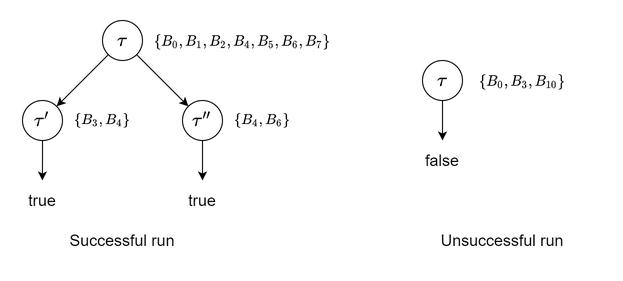
Before: 知识表示/Homework/Assignment 3/images/as3-3.png, a diagram exported from draw.io (OrangeX4/NJUAI-Notes). Source tidied: cells renumbered, new cells last; positions are measured from the earlier drawing's top-left corner, leaving out a move shared by most shapes. Its diagram source:
```xml
<mxGraphModel math="1">
  <root>
    <mxCell id="0" />
    <mxCell id="1" parent="0" />
    <mxCell id="2" style="rounded=0;jettySize=auto;html=1;exitX=0;exitY=1;exitDx=0;exitDy=0;entryX=1;entryY=0;entryDx=0;entryDy=0;fontSize=16;" parent="1" edge="1" source="4" target="6">
      <mxGeometry relative="1" as="geometry" />
    </mxCell>
    <mxCell id="3" style="edgeStyle=none;rounded=0;jettySize=auto;html=1;exitX=1;exitY=1;exitDx=0;exitDy=0;entryX=0;entryY=0;entryDx=0;entryDy=0;fontSize=16;" parent="1" edge="1" source="4" target="8">
      <mxGeometry relative="1" as="geometry" />
    </mxCell>
    <mxCell id="4" value="&lt;font style=&quot;font-size: 16px;&quot;&gt;`\tau`&lt;/font&gt;" style="ellipse;whiteSpace=wrap;html=1;" parent="1" vertex="1">
      <mxGeometry x="80" width="40" height="40" as="geometry" />
    </mxCell>
    <mxCell id="5" style="edgeStyle=orthogonalEdgeStyle;rounded=0;jettySize=auto;html=1;exitX=0.5;exitY=1;exitDx=0;exitDy=0;fontSize=16;" parent="1" edge="1" source="6">
      <mxGeometry relative="1" as="geometry">
        <mxPoint x="19.9" y="160" as="targetPoint" />
      </mxGeometry>
    </mxCell>
    <mxCell id="6" value="&lt;font style=&quot;font-size: 16px;&quot;&gt;\(\tau'\)&lt;/font&gt;" style="ellipse;whiteSpace=wrap;html=1;" parent="1" vertex="1">
      <mxGeometry y="80" width="40" height="40" as="geometry" />
    </mxCell>
    <mxCell id="7" style="edgeStyle=orthogonalEdgeStyle;rounded=0;jettySize=auto;html=1;exitX=0.5;exitY=1;exitDx=0;exitDy=0;entryX=0.5;entryY=0;entryDx=0;entryDy=0;fontSize=16;" parent="1" edge="1" source="8" target="10">
      <mxGeometry relative="1" as="geometry" />
    </mxCell>
    <mxCell id="8" value="&lt;font style=&quot;font-size: 16px;&quot;&gt;\(\tau''\)&lt;/font&gt;" style="ellipse;whiteSpace=wrap;html=1;" parent="1" vertex="1">
      <mxGeometry x="160" y="80" width="40" height="40" as="geometry" />
    </mxCell>
    <mxCell id="9" value="true" style="text;html=1;strokeColor=none;fillColor=none;align=center;verticalAlign=middle;whiteSpace=wrap;rounded=0;fontSize=16;" parent="1" vertex="1">
      <mxGeometry y="160" width="40" height="40" as="geometry" />
    </mxCell>
    <mxCell id="10" value="true" style="text;html=1;strokeColor=none;fillColor=none;align=center;verticalAlign=middle;whiteSpace=wrap;rounded=0;fontSize=16;" parent="1" vertex="1">
      <mxGeometry x="160" y="160" width="40" height="40" as="geometry" />
    </mxCell>
    <mxCell id="11" value="Successful run" style="text;html=1;strokeColor=none;fillColor=none;align=center;verticalAlign=middle;whiteSpace=wrap;rounded=0;fontSize=16;" parent="1" vertex="1">
      <mxGeometry y="200" width="200" height="40" as="geometry" />
    </mxCell>
    <mxCell id="12" value="&lt;font style=&quot;font-size: 12px;&quot;&gt;\(\{ B_0, B_1, B_2, B_4, B_5, B_6, B_7 \}\)&lt;/font&gt;" style="text;html=1;strokeColor=none;fillColor=none;align=center;verticalAlign=middle;whiteSpace=wrap;rounded=0;fontSize=16;" parent="1" vertex="1">
      <mxGeometry x="120" y="5" width="200" height="30" as="geometry" />
    </mxCell>
    <mxCell id="13" value="\(\{B_3, B_4\}\)" style="text;html=1;strokeColor=none;fillColor=none;align=center;verticalAlign=middle;whiteSpace=wrap;rounded=0;fontSize=12;" parent="1" vertex="1">
      <mxGeometry x="40" y="85" width="80" height="30" as="geometry" />
    </mxCell>
    <mxCell id="14" value="\(\{ B_4, B_6 \}\)" style="text;html=1;strokeColor=none;fillColor=none;align=center;verticalAlign=middle;whiteSpace=wrap;rounded=0;fontSize=12;" parent="1" vertex="1">
      <mxGeometry x="200" y="85" width="80" height="30" as="geometry" />
    </mxCell>
    <mxCell id="15" value="&lt;font style=&quot;font-size: 16px;&quot;&gt;`\tau`&lt;/font&gt;" style="ellipse;whiteSpace=wrap;html=1;" parent="1" vertex="1">
      <mxGeometry x="400" y="40" width="40" height="40" as="geometry" />
    </mxCell>
    <mxCell id="16" value="&lt;font style=&quot;font-size: 12px;&quot;&gt;\(\{ B_0, B_3, B_{10} \}\)&lt;/font&gt;" style="text;html=1;strokeColor=none;fillColor=none;align=center;verticalAlign=middle;whiteSpace=wrap;rounded=0;fontSize=16;" parent="1" vertex="1">
      <mxGeometry x="440" y="45" width="120" height="30" as="geometry" />
    </mxCell>
    <mxCell id="17" value="Unsuccessful run" style="text;html=1;strokeColor=none;fillColor=none;align=center;verticalAlign=middle;whiteSpace=wrap;rounded=0;fontSize=16;" parent="1" vertex="1">
      <mxGeometry x="380" y="200" width="200" height="40" as="geometry" />
    </mxCell>
    <mxCell id="18" style="edgeStyle=orthogonalEdgeStyle;rounded=0;jettySize=auto;html=1;exitX=0.5;exitY=1;exitDx=0;exitDy=0;entryX=0.5;entryY=0;entryDx=0;entryDy=0;fontSize=16;" parent="1" edge="1" target="19">
      <mxGeometry relative="1" as="geometry">
        <mxPoint x="420" y="80" as="sourcePoint" />
      </mxGeometry>
    </mxCell>
    <mxCell id="19" value="false" style="text;html=1;strokeColor=none;fillColor=none;align=center;verticalAlign=middle;whiteSpace=wrap;rounded=0;fontSize=16;" parent="1" vertex="1">
      <mxGeometry x="400" y="120" width="40" height="40" as="geometry" />
    </mxCell>
  </root>
</mxGraphModel>
```
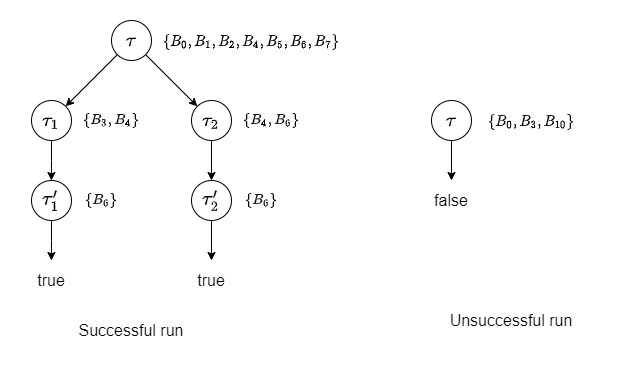
After the commit.

Diff of the diagram source:
```diff
@@ -16,23 +16,19 @@
         <mxPoint x="19.9" y="160" as="targetPoint" />
       </mxGeometry>
     </mxCell>
-    <mxCell id="6" value="&lt;font style=&quot;font-size: 16px;&quot;&gt;\(\tau'\)&lt;/font&gt;" style="ellipse;whiteSpace=wrap;html=1;" parent="1" vertex="1">
+    <mxCell id="6" value="&lt;font style=&quot;font-size: 16px;&quot;&gt;\(\tau_1\)&lt;/font&gt;" style="ellipse;whiteSpace=wrap;html=1;" parent="1" vertex="1">
       <mxGeometry y="80" width="40" height="40" as="geometry" />
     </mxCell>
-    <mxCell id="7" style="edgeStyle=orthogonalEdgeStyle;rounded=0;jettySize=auto;html=1;exitX=0.5;exitY=1;exitDx=0;exitDy=0;entryX=0.5;entryY=0;entryDx=0;entryDy=0;fontSize=16;" parent="1" edge="1" source="8" target="10">
-      <mxGeometry relative="1" as="geometry" />
+    <mxCell id="7" style="edgeStyle=orthogonalEdgeStyle;rounded=0;jettySize=auto;html=1;exitX=0.5;exitY=1;exitDx=0;exitDy=0;entryX=0.5;entryY=0;entryDx=0;entryDy=0;fontSize=16;" parent="1" edge="1" source="8">
+      <mxGeometry relative="1" as="geometry">
+        <mxPoint x="180" y="160" as="targetPoint" />
+      </mxGeometry>
     </mxCell>
-    <mxCell id="8" value="&lt;font style=&quot;font-size: 16px;&quot;&gt;\(\tau''\)&lt;/font&gt;" style="ellipse;whiteSpace=wrap;html=1;" parent="1" vertex="1">
+    <mxCell id="8" value="&lt;font style=&quot;font-size: 16px;&quot;&gt;\(\tau_2\)&lt;/font&gt;" style="ellipse;whiteSpace=wrap;html=1;" parent="1" vertex="1">
       <mxGeometry x="160" y="80" width="40" height="40" as="geometry" />
     </mxCell>
-    <mxCell id="9" value="true" style="text;html=1;strokeColor=none;fillColor=none;align=center;verticalAlign=middle;whiteSpace=wrap;rounded=0;fontSize=16;" parent="1" vertex="1">
-      <mxGeometry y="160" width="40" height="40" as="geometry" />
-    </mxCell>
-    <mxCell id="10" value="true" style="text;html=1;strokeColor=none;fillColor=none;align=center;verticalAlign=middle;whiteSpace=wrap;rounded=0;fontSize=16;" parent="1" vertex="1">
-      <mxGeometry x="160" y="160" width="40" height="40" as="geometry" />
-    </mxCell>
     <mxCell id="11" value="Successful run" style="text;html=1;strokeColor=none;fillColor=none;align=center;verticalAlign=middle;whiteSpace=wrap;rounded=0;fontSize=16;" parent="1" vertex="1">
-      <mxGeometry y="200" width="200" height="40" as="geometry" />
+      <mxGeometry y="290" width="200" height="40" as="geometry" />
     </mxCell>
     <mxCell id="12" value="&lt;font style=&quot;font-size: 12px;&quot;&gt;\(\{ B_0, B_1, B_2, B_4, B_5, B_6, B_7 \}\)&lt;/font&gt;" style="text;html=1;strokeColor=none;fillColor=none;align=center;verticalAlign=middle;whiteSpace=wrap;rounded=0;fontSize=16;" parent="1" vertex="1">
       <mxGeometry x="120" y="5" width="200" height="30" as="geometry" />
@@ -44,21 +40,49 @@
       <mxGeometry x="200" y="85" width="80" height="30" as="geometry" />
     </mxCell>
     <mxCell id="15" value="&lt;font style=&quot;font-size: 16px;&quot;&gt;`\tau`&lt;/font&gt;" style="ellipse;whiteSpace=wrap;html=1;" parent="1" vertex="1">
-      <mxGeometry x="400" y="40" width="40" height="40" as="geometry" />
+      <mxGeometry x="400" y="80" width="40" height="40" as="geometry" />
     </mxCell>
     <mxCell id="16" value="&lt;font style=&quot;font-size: 12px;&quot;&gt;\(\{ B_0, B_3, B_{10} \}\)&lt;/font&gt;" style="text;html=1;strokeColor=none;fillColor=none;align=center;verticalAlign=middle;whiteSpace=wrap;rounded=0;fontSize=16;" parent="1" vertex="1">
-      <mxGeometry x="440" y="45" width="120" height="30" as="geometry" />
+      <mxGeometry x="440" y="85" width="120" height="30" as="geometry" />
     </mxCell>
     <mxCell id="17" value="Unsuccessful run" style="text;html=1;strokeColor=none;fillColor=none;align=center;verticalAlign=middle;whiteSpace=wrap;rounded=0;fontSize=16;" parent="1" vertex="1">
-      <mxGeometry x="380" y="200" width="200" height="40" as="geometry" />
+      <mxGeometry x="380" y="280" width="200" height="40" as="geometry" />
     </mxCell>
     <mxCell id="18" style="edgeStyle=orthogonalEdgeStyle;rounded=0;jettySize=auto;html=1;exitX=0.5;exitY=1;exitDx=0;exitDy=0;entryX=0.5;entryY=0;entryDx=0;entryDy=0;fontSize=16;" parent="1" edge="1" target="19">
       <mxGeometry relative="1" as="geometry">
-        <mxPoint x="420" y="80" as="sourcePoint" />
+        <mxPoint x="420" y="120" as="sourcePoint" />
       </mxGeometry>
     </mxCell>
     <mxCell id="19" value="false" style="text;html=1;strokeColor=none;fillColor=none;align=center;verticalAlign=middle;whiteSpace=wrap;rounded=0;fontSize=16;" parent="1" vertex="1">
-      <mxGeometry x="400" y="120" width="40" height="40" as="geometry" />
+      <mxGeometry x="400" y="160" width="40" height="40" as="geometry" />
     </mxCell>
+    <mxCell id="20" style="edgeStyle=orthogonalEdgeStyle;rounded=0;jettySize=auto;html=1;exitX=0.5;exitY=1;exitDx=0;exitDy=0;fontSize=16;" parent="1" edge="1" source="21">
+      <mxGeometry relative="1" as="geometry">
+        <mxPoint x="19.9" y="240" as="targetPoint" />
+      </mxGeometry>
+    </mxCell>
+    <mxCell id="21" value="&lt;font style=&quot;font-size: 16px;&quot;&gt;\(\tau_1'\)&lt;/font&gt;" style="ellipse;whiteSpace=wrap;html=1;" parent="1" vertex="1">
+      <mxGeometry y="160" width="40" height="40" as="geometry" />
+    </mxCell>
+    <mxCell id="22" style="edgeStyle=orthogonalEdgeStyle;rounded=0;jettySize=auto;html=1;exitX=0.5;exitY=1;exitDx=0;exitDy=0;entryX=0.5;entryY=0;entryDx=0;entryDy=0;fontSize=16;" parent="1" edge="1" source="23">
+      <mxGeometry relative="1" as="geometry">
+        <mxPoint x="180" y="240" as="targetPoint" />
+      </mxGeometry>
+    </mxCell>
+    <mxCell id="23" value="&lt;font style=&quot;font-size: 16px;&quot;&gt;\(\tau_2'\)&lt;/font&gt;" style="ellipse;whiteSpace=wrap;html=1;" parent="1" vertex="1">
+      <mxGeometry x="160" y="160" width="40" height="40" as="geometry" />
+    </mxCell>
+    <mxCell id="24" value="true" style="text;html=1;strokeColor=none;fillColor=none;align=center;verticalAlign=middle;whiteSpace=wrap;rounded=0;fontSize=16;" parent="1" vertex="1">
+      <mxGeometry y="240" width="40" height="40" as="geometry" />
+    </mxCell>
+    <mxCell id="25" value="true" style="text;html=1;strokeColor=none;fillColor=none;align=center;verticalAlign=middle;whiteSpace=wrap;rounded=0;fontSize=16;" parent="1" vertex="1">
+      <mxGeometry x="160" y="240" width="40" height="40" as="geometry" />
+    </mxCell>
+    <mxCell id="26" value="\(\{B_6\}\)" style="text;html=1;strokeColor=none;fillColor=none;align=center;verticalAlign=middle;whiteSpace=wrap;rounded=0;fontSize=12;" parent="1" vertex="1">
+      <mxGeometry x="40" y="165" width="60" height="30" as="geometry" />
+    </mxCell>
+    <mxCell id="27" value="\(\{ B_6 \}\)" style="text;html=1;strokeColor=none;fillColor=none;align=center;verticalAlign=middle;whiteSpace=wrap;rounded=0;fontSize=12;" parent="1" vertex="1">
+      <mxGeometry x="200" y="165" width="60" height="30" as="geometry" />
+    </mxCell>
   </root>
 </mxGraphModel>
```
